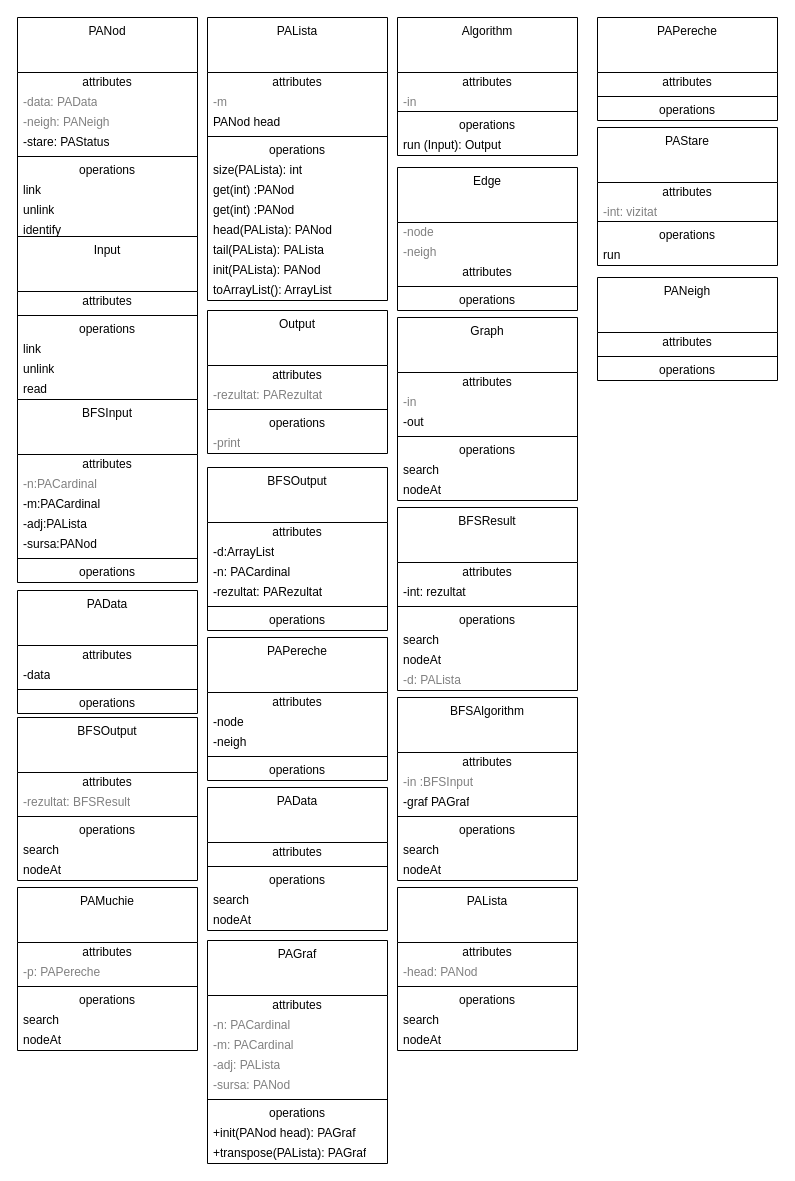
Above: C.drawio in Cristof17/PALibrary (draw.io), before the change. Source tidied: cells renumbered, new cells numbered last; positions are measured from the earlier drawing's top-left corner, leaving out a move shared by most shapes. Both pictures are drawn from the tidied source at 100%, with x=0, y=0 at pixel (17, 17).
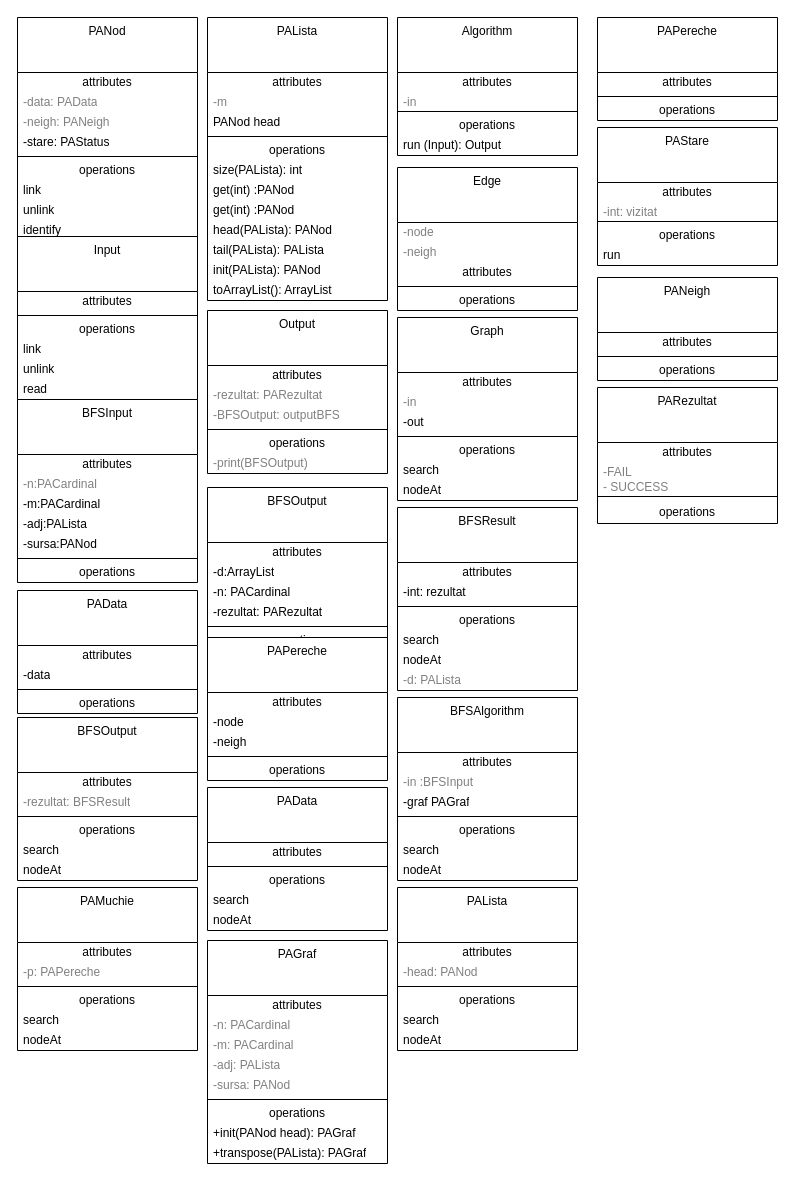
Above is the later version.

The edit, as a diff of the source:
```diff
@@
     <mxCell id="38" value="Output" style="swimlane;fontStyle=0;align=center;verticalAlign=top;horizontal=1;startSize=55;html=1;whiteSpace=wrap;" parent="1" vertex="1">
-      <mxGeometry x="190" y="293" width="180" height="143" as="geometry" />
+      <mxGeometry x="190" y="293" width="180" height="163" as="geometry" />
     </mxCell>
@@
+    <mxCell id="151" value="-BFSOutput: outputBFS" style="text;html=1;strokeColor=none;fillColor=none;align=left;verticalAlign=middle;spacingLeft=4;spacingRight=4;overflow=hidden;fontColor=#808080;whiteSpace=wrap;" parent="38" vertex="1">
+      <mxGeometry y="95" width="180" height="20" as="geometry" />
+    </mxCell>
     <mxCell id="41" style="line;strokeWidth=1;fillColor=none;align=left;verticalAlign=middle;spacingTop=-1;spacingLeft=3;spacingRight=3;labelPosition=right;" parent="38" vertex="1">
-      <mxGeometry y="95" width="180" height="8" as="geometry" />
+      <mxGeometry y="115" width="180" height="8" as="geometry" />
     </mxCell>
     <mxCell id="42" value="operations" style="text;html=1;strokeColor=none;fillColor=none;align=center;verticalAlign=middle;spacingLeft=4;spacingRight=4;overflow=hidden;whiteSpace=wrap;" parent="38" vertex="1">
-      <mxGeometry y="103" width="180" height="20" as="geometry" />
+      <mxGeometry y="123" width="180" height="20" as="geometry" />
     </mxCell>
-    <mxCell id="43" value="-print" style="text;html=1;strokeColor=none;fillColor=none;align=left;verticalAlign=middle;spacingLeft=4;spacingRight=4;overflow=hidden;fontColor=#808080;whiteSpace=wrap;" parent="38" vertex="1">
-      <mxGeometry y="123" width="180" height="20" as="geometry" />
+    <mxCell id="43" value="-print(BFSOutput)" style="text;html=1;strokeColor=none;fillColor=none;align=left;verticalAlign=middle;spacingLeft=4;spacingRight=4;overflow=hidden;fontColor=#808080;whiteSpace=wrap;" parent="38" vertex="1">
+      <mxGeometry y="143" width="180" height="20" as="geometry" />
     </mxCell>
@@
     <mxCell id="58" value="BFSOutput" style="swimlane;fontStyle=0;align=center;verticalAlign=top;horizontal=1;startSize=55;html=1;whiteSpace=wrap;" parent="1" vertex="1">
-      <mxGeometry x="190" y="450" width="180" height="163" as="geometry" />
+      <mxGeometry x="190" y="470" width="180" height="163" as="geometry" />
     </mxCell>
@@
+    <mxCell id="152" value="PARezultat" style="swimlane;fontStyle=0;align=center;verticalAlign=top;horizontal=1;startSize=55;html=1;whiteSpace=wrap;" parent="1" vertex="1">
+      <mxGeometry x="580" y="370" width="180" height="136" as="geometry" />
+    </mxCell>
+    <mxCell id="153" value="attributes" style="text;html=1;strokeColor=none;fillColor=none;align=center;verticalAlign=middle;spacingLeft=4;spacingRight=4;overflow=hidden;whiteSpace=wrap;" parent="152" vertex="1">
+      <mxGeometry y="55" width="180" height="20" as="geometry" />
+    </mxCell>
+    <mxCell id="154" value="-FAIL" style="text;html=1;strokeColor=none;fillColor=none;align=left;verticalAlign=middle;spacingLeft=4;spacingRight=4;overflow=hidden;fontColor=#808080;whiteSpace=wrap;" parent="152" vertex="1">
+      <mxGeometry y="75" width="180" height="15" as="geometry" />
+    </mxCell>
+    <mxCell id="155" value="- SUCCESS" style="text;html=1;strokeColor=none;fillColor=none;align=left;verticalAlign=middle;spacingLeft=4;spacingRight=4;overflow=hidden;fontColor=#808080;whiteSpace=wrap;" parent="152" vertex="1">
+      <mxGeometry y="90" width="180" height="15" as="geometry" />
+    </mxCell>
+    <mxCell id="156" style="line;strokeWidth=1;fillColor=none;align=left;verticalAlign=middle;spacingTop=-1;spacingLeft=3;spacingRight=3;labelPosition=right;" parent="152" vertex="1">
+      <mxGeometry y="105" width="180" height="8" as="geometry" />
+    </mxCell>
+    <mxCell id="157" value="operations" style="text;html=1;strokeColor=none;fillColor=none;align=center;verticalAlign=middle;spacingLeft=4;spacingRight=4;overflow=hidden;whiteSpace=wrap;" parent="152" vertex="1">
+      <mxGeometry y="113" width="180" height="23" as="geometry" />
+    </mxCell>
```
